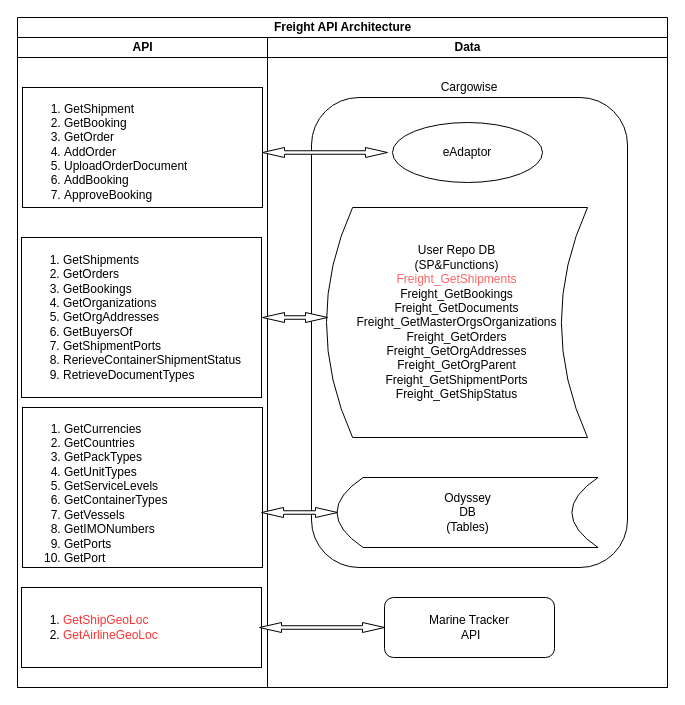
Cyrolies/TigersFreightDocs keeps this draw.io diagram as FreightAPIArchitecture.drawio. Above is the earlier version. Source tidied: cells renumbered, new cells numbered last; positions are measured from the earlier drawing's top-left corner, leaving out a move shared by most shapes. Both pictures are drawn from the tidied source at 100%, with x=0, y=0 at pixel (17, 17).
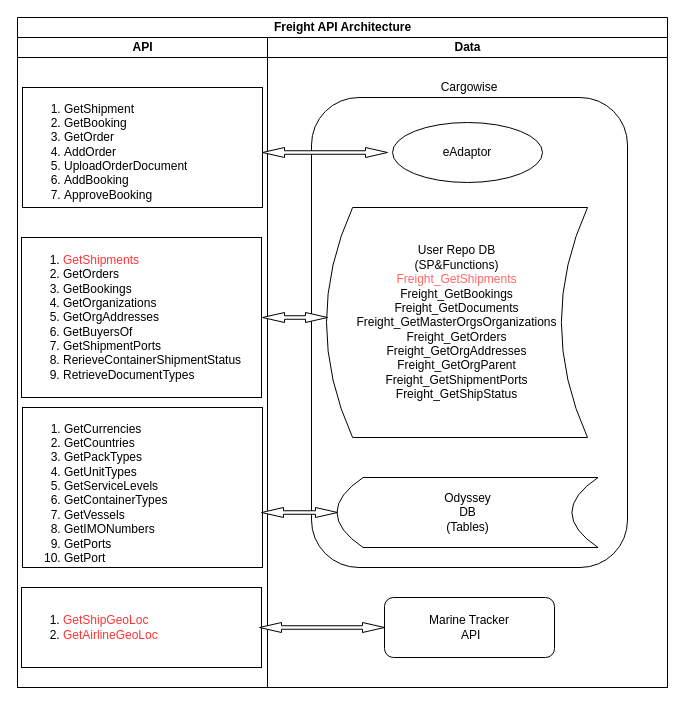
Above is the later version.

The edit, as a diff of the source:
```diff
@@
 <mxGraphModel>
   <root>
     <mxCell id="0" />
     <mxCell id="1" parent="0" />
     <mxCell id="2" value="Freight API Architecture" style="swimlane;html=1;startSize=20;" parent="1" vertex="1">
       <mxGeometry width="650" height="670" as="geometry" />
     </mxCell>
     <mxCell id="3" value="API" style="swimlane;html=1;startSize=20;" parent="2" vertex="1">
       <mxGeometry y="20" width="250" height="650" as="geometry" />
     </mxCell>
     <mxCell id="4" value="&lt;ol&gt;&lt;li&gt;GetShipment&lt;/li&gt;&lt;li&gt;GetBooking&lt;/li&gt;&lt;li&gt;GetOrder&lt;/li&gt;&lt;li&gt;AddOrder&lt;/li&gt;&lt;li&gt;UploadOrderDocument&lt;/li&gt;&lt;li&gt;AddBooking&lt;/li&gt;&lt;li&gt;&lt;span&gt;ApproveBooking&lt;/span&gt;&lt;br&gt;&lt;/li&gt;&lt;/ol&gt;" style="text;strokeColor=#000000;fillColor=none;html=1;whiteSpace=wrap;verticalAlign=middle;overflow=hidden;" parent="3" vertex="1">
       <mxGeometry x="5" y="50" width="240" height="120" as="geometry" />
     </mxCell>
-    <mxCell id="5" value="&lt;ol&gt;&lt;li&gt;GetShipments&lt;/li&gt;&lt;li&gt;GetOrders&lt;/li&gt;&lt;li&gt;GetBookings&lt;/li&gt;&lt;li&gt;GetOrganizations&lt;/li&gt;&lt;li&gt;GetOrgAddresses&lt;/li&gt;&lt;li&gt;GetBuyersOf&lt;/li&gt;&lt;li&gt;&lt;span&gt;GetShipmentPorts&lt;/span&gt;&lt;br&gt;&lt;/li&gt;&lt;li&gt;RerieveContainerShipmentStatus&lt;/li&gt;&lt;li&gt;RetrieveDocumentTypes&lt;/li&gt;&lt;/ol&gt;" style="text;strokeColor=#000000;fillColor=none;html=1;whiteSpace=wrap;verticalAlign=middle;overflow=hidden;" parent="3" vertex="1">
+    <mxCell id="5" value="&lt;ol&gt;&lt;li&gt;&lt;font color=&quot;#ff3333&quot;&gt;GetShipments&lt;/font&gt;&lt;/li&gt;&lt;li&gt;GetOrders&lt;/li&gt;&lt;li&gt;GetBookings&lt;/li&gt;&lt;li&gt;GetOrganizations&lt;/li&gt;&lt;li&gt;GetOrgAddresses&lt;/li&gt;&lt;li&gt;GetBuyersOf&lt;/li&gt;&lt;li&gt;&lt;span&gt;GetShipmentPorts&lt;/span&gt;&lt;br&gt;&lt;/li&gt;&lt;li&gt;RerieveContainerShipmentStatus&lt;/li&gt;&lt;li&gt;RetrieveDocumentTypes&lt;/li&gt;&lt;/ol&gt;" style="text;strokeColor=#000000;fillColor=none;html=1;whiteSpace=wrap;verticalAlign=middle;overflow=hidden;" parent="3" vertex="1">
       <mxGeometry x="4" y="200" width="240" height="160" as="geometry" />
     </mxCell>
     <mxCell id="6" value="&lt;ol&gt;&lt;li&gt;&lt;font color=&quot;#ff3333&quot;&gt;GetShipGeoLoc&lt;/font&gt;&lt;/li&gt;&lt;li&gt;&lt;font color=&quot;#ff3333&quot;&gt;GetAirlineGeoLoc&lt;/font&gt;&lt;/li&gt;&lt;/ol&gt;" style="text;strokeColor=#000000;fillColor=none;html=1;whiteSpace=wrap;verticalAlign=middle;overflow=hidden;" parent="3" vertex="1">
       <mxGeometry x="4" y="550" width="240" height="80" as="geometry" />
     </mxCell>
     <mxCell id="7" value="&lt;ol&gt;&lt;li&gt;GetCurrencies&lt;/li&gt;&lt;li&gt;GetCountries&lt;/li&gt;&lt;li&gt;GetPackTypes&lt;/li&gt;&lt;li&gt;GetUnitTypes&lt;/li&gt;&lt;li&gt;GetServiceLevels&lt;/li&gt;&lt;li&gt;GetContainerTypes&lt;/li&gt;&lt;li&gt;GetVessels&lt;/li&gt;&lt;li&gt;GetIMONumbers&lt;/li&gt;&lt;li&gt;GetPorts&lt;/li&gt;&lt;li&gt;GetPort&lt;/li&gt;&lt;/ol&gt;" style="text;strokeColor=#000000;fillColor=none;html=1;whiteSpace=wrap;verticalAlign=middle;overflow=hidden;" parent="3" vertex="1">
       <mxGeometry x="5" y="370" width="240" height="160" as="geometry" />
     </mxCell>
     <mxCell id="8" value="Data" style="swimlane;html=1;startSize=20;" parent="2" vertex="1">
       <mxGeometry x="250" y="20" width="400" height="650" as="geometry" />
     </mxCell>
     <mxCell id="9" style="rounded=1;whiteSpace=wrap;html=1;" parent="8" vertex="1">
       <mxGeometry x="44" y="60" width="316" height="470" as="geometry" />
     </mxCell>
     <mxCell id="10" value="Odyssey &lt;br&gt;DB&lt;br&gt;(Tables)" style="shape=dataStorage;whiteSpace=wrap;html=1;" parent="8" vertex="1">
       <mxGeometry x="69.5" y="440" width="261" height="70" as="geometry" />
     </mxCell>
     <mxCell id="11" value="User Repo&amp;nbsp;DB&lt;br&gt;(SP&amp;amp;Functions)&lt;br&gt;&lt;font color=&quot;#ff6666&quot;&gt;Freight_GetShipments&lt;br&gt;&lt;/font&gt;Freight_GetBookings&lt;br&gt;Freight_GetDocuments&lt;br&gt;Freight_GetMasterOrgsOrganizations&lt;br&gt;Freight_GetOrders&lt;br&gt;Freight_GetOrgAddresses&lt;br&gt;Freight_GetOrgParent&lt;br&gt;Freight_GetShipmentPorts&lt;br&gt;Freight_GetShipStatus" style="shape=dataStorage;whiteSpace=wrap;html=1;" parent="8" vertex="1">
       <mxGeometry x="59" y="170" width="261" height="230" as="geometry" />
     </mxCell>
     <mxCell id="12" value="eAdaptor" style="ellipse;whiteSpace=wrap;html=1;" parent="8" vertex="1">
       <mxGeometry x="125" y="85" width="150" height="60" as="geometry" />
     </mxCell>
     <mxCell id="13" value="Cargowise" style="text;html=1;strokeColor=none;fillColor=none;align=center;verticalAlign=middle;whiteSpace=wrap;rounded=0;" parent="8" vertex="1">
       <mxGeometry x="182" y="40" width="40" height="20" as="geometry" />
     </mxCell>
     <mxCell id="14" value="Marine Tracker&lt;br&gt;&amp;nbsp;API" style="rounded=1;whiteSpace=wrap;html=1;strokeColor=#000000;" parent="8" vertex="1">
       <mxGeometry x="117" y="560" width="170" height="60" as="geometry" />
     </mxCell>
     <mxCell id="15" style="html=1;shadow=0;dashed=0;align=center;verticalAlign=middle;shape=mxgraph.arrows2.twoWayArrow;dy=0.65;dx=22;strokeColor=#000000;" parent="8" vertex="1">
       <mxGeometry x="-5" y="110" width="125" height="10" as="geometry" />
     </mxCell>
     <mxCell id="16" style="html=1;shadow=0;dashed=0;align=center;verticalAlign=middle;shape=mxgraph.arrows2.twoWayArrow;dy=0.65;dx=22;strokeColor=#000000;" parent="8" vertex="1">
       <mxGeometry x="-5" y="275" width="65" height="10" as="geometry" />
     </mxCell>
     <mxCell id="17" style="html=1;shadow=0;dashed=0;align=center;verticalAlign=middle;shape=mxgraph.arrows2.twoWayArrow;dy=0.65;dx=22;strokeColor=#000000;" parent="8" vertex="1">
       <mxGeometry x="-6" y="470" width="76" height="10" as="geometry" />
     </mxCell>
     <mxCell id="18" style="html=1;shadow=0;dashed=0;align=center;verticalAlign=middle;shape=mxgraph.arrows2.twoWayArrow;dy=0.65;dx=22;strokeColor=#000000;" parent="8" vertex="1">
       <mxGeometry x="-8" y="585" width="125" height="10" as="geometry" />
     </mxCell>
   </root>
 </mxGraphModel>
```
